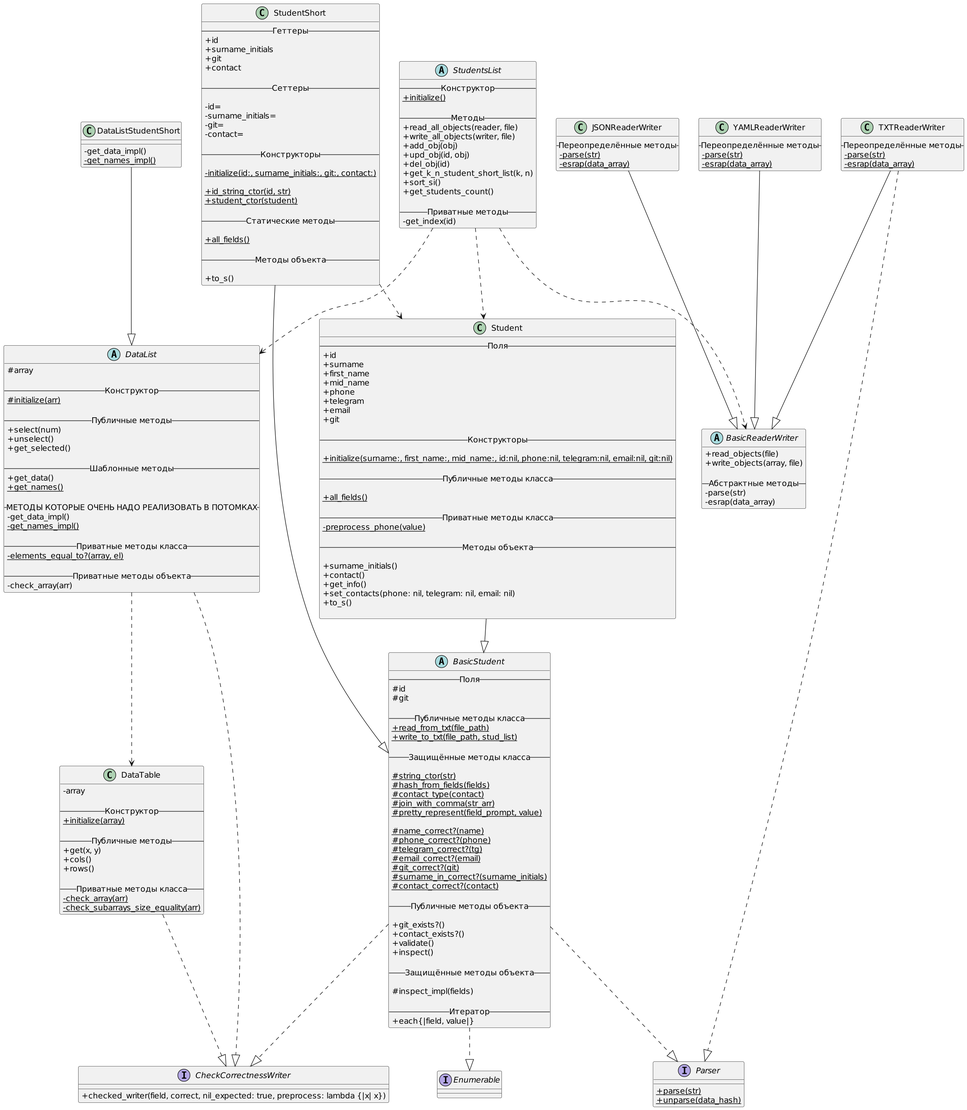
Earlier version of the PlantUML export LR2/uml/uml.png (wintttr/OOP).
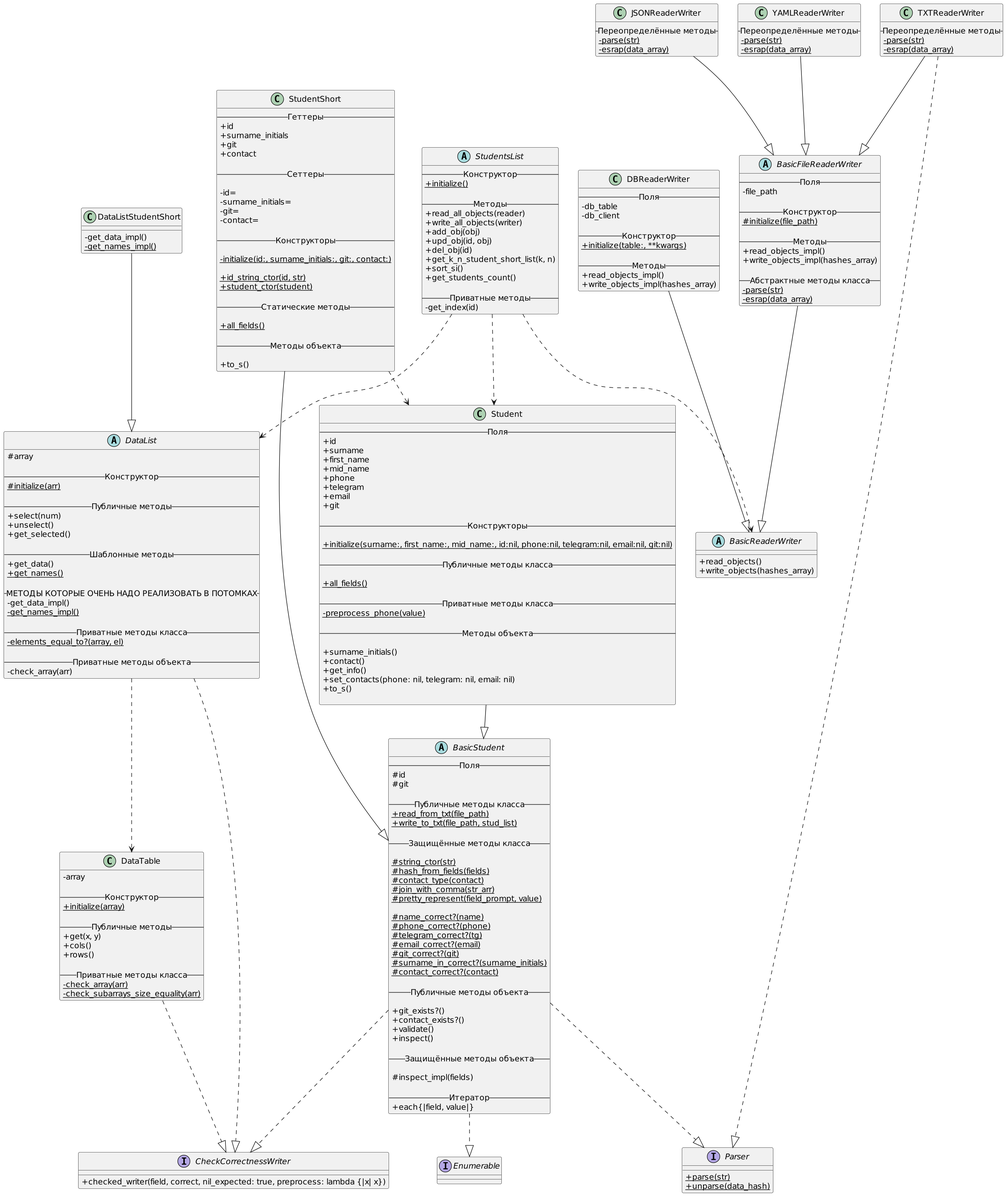
After the change.

Commit message:
Поменял диаграмму

What changed in the source:
```diff
@@ -157,8 +157,8 @@
 	{static} + initialize()
 
 	-- Методы --
-	{method} + read_all_objects(reader, file)
-	{method} + write_all_objects(writer, file)
+	{method} + read_all_objects(reader)
+	{method} + write_all_objects(writer)
 	{method} + add_obj(obj)
 	{method} + upd_obj(id, obj)
 	{method} + del_obj(id)
@@ -171,12 +171,37 @@
 }
 
 abstract BasicReaderWriter {
-	{method} + read_objects(file)
-	{method} + write_objects(array, file)
+	{method} + read_objects()
+	{method} + write_objects(hashes_array)
+}
 
-	-- Абстрактные методы --
-	{method} - parse(str)
-	{method} - esrap(data_array)
+class DBReaderWriter {
+	-- Поля --
+	{field} - db_table
+	{field} - db_client
+
+	-- Конструктор --
+	{static} + initialize(table:, **kwargs)
+
+	-- Методы --
+	{method} + read_objects_impl()
+	{method} + write_objects_impl(hashes_array)
+}
+
+abstract BasicFileReaderWriter {
+	-- Поля --
+	{field} - file_path
+
+	-- Конструктор --
+	{static} # initialize(file_path)
+
+	-- Методы --
+	{method} + read_objects_impl()
+	{method} + write_objects_impl(hashes_array)
+
+	-- Абстрактные методы класса --
+	{static} - parse(str)
+	{static} - esrap(data_array)
 }
 
 class TXTReaderWriter {
@@ -226,11 +251,13 @@
 StudentsList ..> DataList
 StudentsList ..> BasicReaderWriter
 
-TXTReaderWriter --|> BasicReaderWriter
+DBReaderWriter --|> BasicReaderWriter
+BasicFileReaderWriter --|> BasicReaderWriter
+
+TXTReaderWriter --|> BasicFileReaderWriter
 TXTReaderWriter ..|> Parser
 
-JSONReaderWriter --|> BasicReaderWriter
-
-YAMLReaderWriter --|> BasicReaderWriter
+JSONReaderWriter --|> BasicFileReaderWriter
+YAMLReaderWriter --|> BasicFileReaderWriter
 
 @enduml
```
